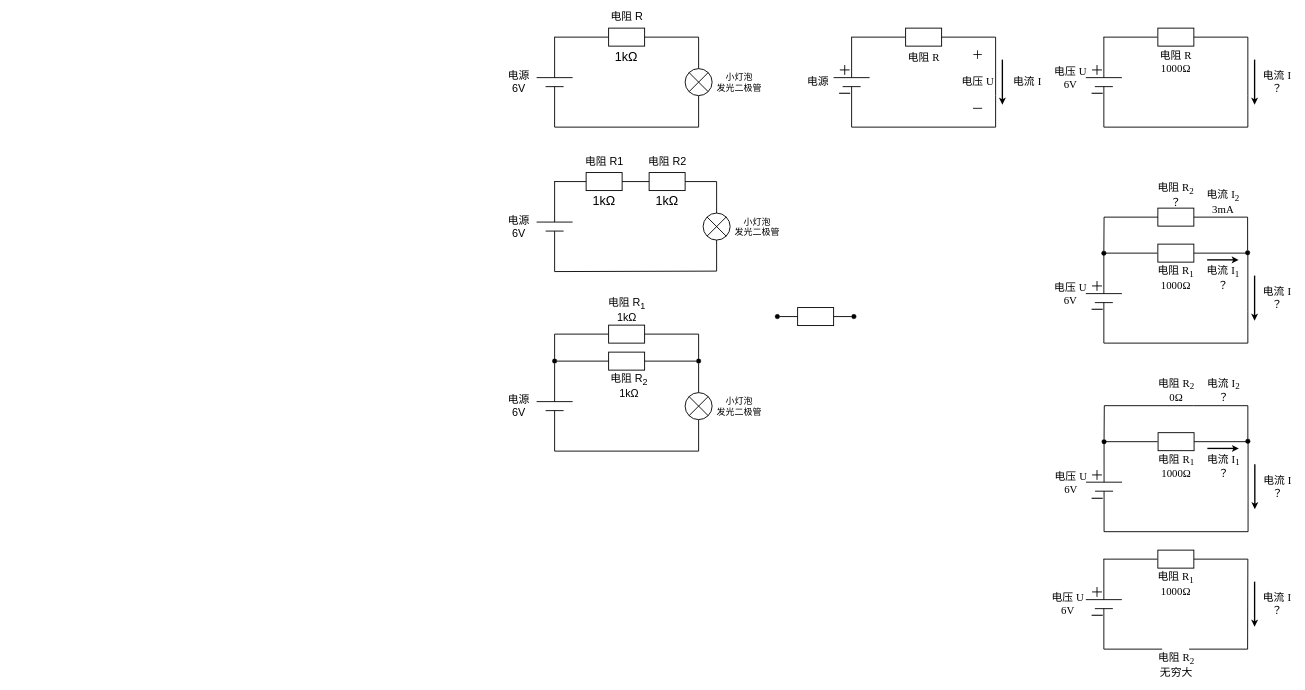
Before: light_led.drawio in RedNoseRedRose/XinChuang-Practice-Breadboard-0DiscreteComponents-00LightLed, a draw.io diagram. Source tidied: cells renumbered, new cells numbered last; positions are measured from the earlier drawing's top-left corner, leaving out a move shared by most shapes. Both pictures are drawn from the tidied source at 45%, with x=0, y=0 at pixel (503, 8).
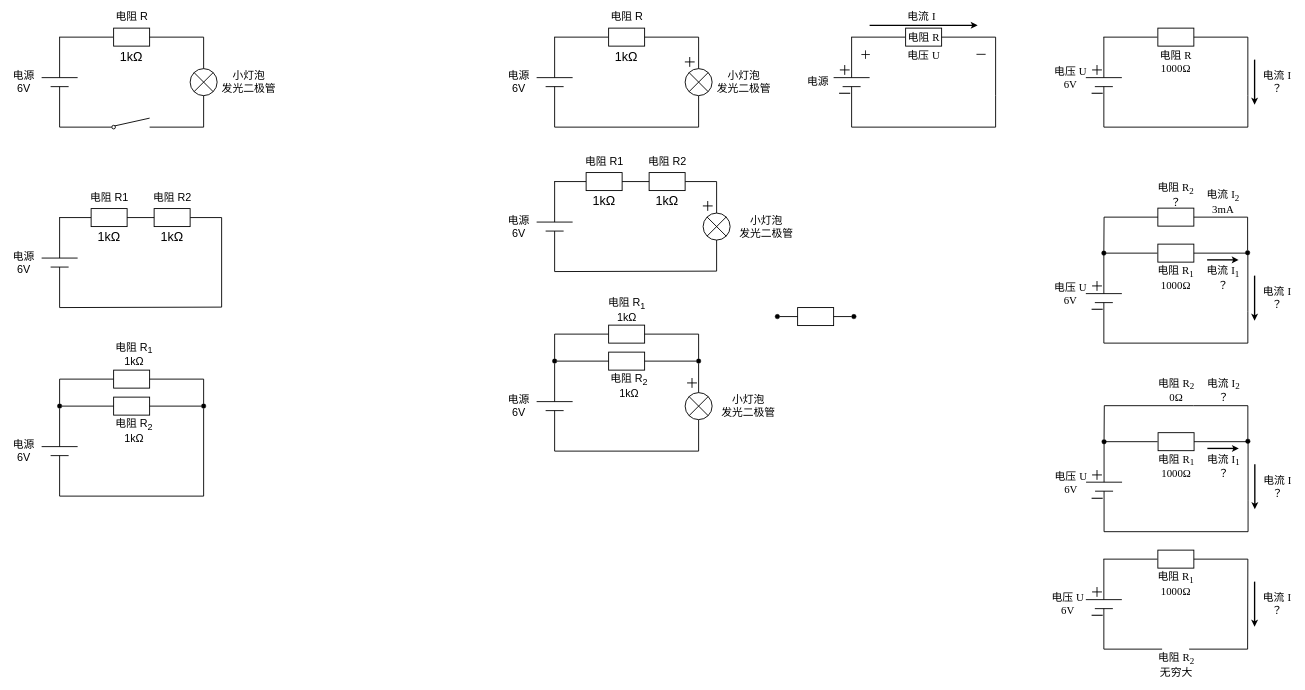
The same diagram, later.

Unchanged cells that the change refers to:
```xml
<mxCell id="16" style="verticalLabelPosition=bottom;verticalAlign=top;html=1;shape=mxgraph.flowchart.or;strokeWidth=2;" parent="1" vertex="1">
  <mxGeometry x="445" y="456" width="60" height="60" as="geometry" />
</mxCell>
<mxCell id="26" style="rounded=0;whiteSpace=wrap;html=1;strokeWidth=2;" parent="1" vertex="1">
  <mxGeometry x="325" y="366" width="80" height="40" as="geometry" />
</mxCell>
```

Diff of the diagram source:
```diff
@@
-    <mxCell id="12" value="&lt;font style=&quot;font-size: 20px;&quot;&gt;小灯泡&lt;br&gt;发光二极管&lt;/font&gt;" style="text;html=1;align=center;verticalAlign=middle;strokeColor=none;fillColor=none;" parent="1" vertex="1">
-      <mxGeometry x="465" y="135" width="120" height="60" as="geometry" />
+    <mxCell id="12" value="&lt;font style=&quot;font-size: 24px;&quot;&gt;小灯泡&lt;br&gt;发光二极管&lt;/font&gt;" style="text;html=1;align=center;verticalAlign=middle;strokeColor=none;fillColor=none;" parent="1" vertex="1">
+      <mxGeometry x="465" y="130" width="140" height="70" as="geometry" />
     </mxCell>
@@
-    <mxCell id="21" style="endArrow=none;html=1;rounded=0;entryX=0.5;entryY=0;entryDx=0;entryDy=0;entryPerimeter=0;strokeWidth=2;exitX=1;exitY=0.5;exitDx=0;exitDy=0;" parent="1" edge="1" target="16">
+    <mxCell id="21" style="endArrow=none;html=1;rounded=0;entryX=0.5;entryY=0;entryDx=0;entryDy=0;entryPerimeter=0;strokeWidth=2;exitX=1;exitY=0.5;exitDx=0;exitDy=0;" parent="1" edge="1" source="26" target="16">
       <mxGeometry relative="1" as="geometry">
-        <mxPoint x="355" y="386" as="sourcePoint" />
         <Array as="points">
           <mxPoint x="475" y="386" />
         </Array>
       </mxGeometry>
     </mxCell>
@@
-    <mxCell id="24" value="&lt;font style=&quot;font-size: 20px;&quot;&gt;小灯泡&lt;br&gt;发光二极管&lt;/font&gt;" style="text;html=1;align=center;verticalAlign=middle;strokeColor=none;fillColor=none;" parent="1" vertex="1">
-      <mxGeometry x="505" y="456" width="120" height="60" as="geometry" />
+    <mxCell id="24" value="&lt;font style=&quot;font-size: 24px;&quot;&gt;小灯泡&lt;br&gt;发光二极管&lt;/font&gt;" style="text;html=1;align=center;verticalAlign=middle;strokeColor=none;fillColor=none;" parent="1" vertex="1">
+      <mxGeometry x="515" y="451" width="140" height="70" as="geometry" />
     </mxCell>
@@
-    <mxCell id="37" value="&lt;font style=&quot;font-size: 20px;&quot;&gt;小灯泡&lt;br&gt;发光二极管&lt;/font&gt;" style="text;html=1;align=center;verticalAlign=middle;strokeColor=none;fillColor=none;" parent="1" vertex="1">
-      <mxGeometry x="465" y="855" width="120" height="60" as="geometry" />
+    <mxCell id="37" value="&lt;font style=&quot;font-size: 24px;&quot;&gt;小灯泡&lt;br&gt;发光二极管&lt;/font&gt;" style="text;html=1;align=center;verticalAlign=middle;strokeColor=none;fillColor=none;" parent="1" vertex="1">
+      <mxGeometry x="475" y="850" width="140" height="70" as="geometry" />
     </mxCell>
@@
-    <mxCell id="60" value="&lt;div&gt;&lt;font style=&quot;font-size: 26px;&quot;&gt;＋&lt;/font&gt;&lt;/div&gt;&lt;div&gt;&lt;span style=&quot;font-size: 24px;&quot;&gt;&lt;br&gt;&lt;/span&gt;&lt;/div&gt;&lt;font style=&quot;font-size: 24px;&quot;&gt;电压&amp;nbsp;&lt;font face=&quot;Times New Roman&quot;&gt;U&lt;/font&gt;&lt;/font&gt;&lt;div&gt;&lt;font face=&quot;Times New Roman&quot;&gt;&lt;span style=&quot;font-size: 24px;&quot;&gt;&lt;br&gt;&lt;/span&gt;&lt;/font&gt;&lt;div&gt;&lt;font style=&quot;font-size: 28px;&quot;&gt;－&lt;/font&gt;&lt;/div&gt;&lt;/div&gt;" style="text;html=1;align=center;verticalAlign=middle;strokeColor=none;fillColor=none;" parent="1" vertex="1">
-      <mxGeometry x="1005" y="85" width="100" height="160" as="geometry" />
+    <mxCell id="60" value="&lt;div&gt;&lt;font style=&quot;font-size: 26px;&quot;&gt;＋&amp;nbsp; &amp;nbsp; &amp;nbsp; &amp;nbsp; &amp;nbsp; &amp;nbsp;&lt;/font&gt;&lt;span style=&quot;font-size: 24px; background-color: transparent; color: light-dark(rgb(0, 0, 0), rgb(255, 255, 255));&quot;&gt;电压&amp;nbsp;&lt;/span&gt;&lt;font style=&quot;font-size: 24px; background-color: transparent; color: light-dark(rgb(0, 0, 0), rgb(255, 255, 255));&quot; face=&quot;Times New Roman&quot;&gt;U&amp;nbsp; &amp;nbsp; &amp;nbsp; &amp;nbsp; &amp;nbsp; &amp;nbsp; &amp;nbsp;&lt;/font&gt;&lt;span style=&quot;font-size: 28px; background-color: transparent; color: light-dark(rgb(0, 0, 0), rgb(255, 255, 255));&quot;&gt;－&lt;/span&gt;&lt;/div&gt;" style="text;html=1;align=center;verticalAlign=middle;strokeColor=none;fillColor=none;" parent="1" vertex="1">
+      <mxGeometry x="780" y="80" width="310" height="50" as="geometry" />
     </mxCell>
     <mxCell id="61" value="&lt;font style=&quot;font-size: 24px;&quot;&gt;电阻 &lt;font face=&quot;Times New Roman&quot;&gt;R&lt;/font&gt;&lt;/font&gt;" style="text;html=1;align=center;verticalAlign=middle;strokeColor=none;fillColor=none;" parent="1" vertex="1">
-      <mxGeometry x="890" y="90" width="90" height="40" as="geometry" />
+      <mxGeometry x="890" y="45" width="90" height="40" as="geometry" />
     </mxCell>
     <mxCell id="62" style="endArrow=classic;html=1;rounded=0;strokeWidth=3;" parent="1" edge="1">
       <mxGeometry relative="1" as="geometry">
-        <mxPoint x="1110" y="115" as="sourcePoint" />
-        <mxPoint x="1110" y="215" as="targetPoint" />
+        <mxPoint x="815" y="38.8" as="sourcePoint" />
+        <mxPoint x="1055" y="38.8" as="targetPoint" />
       </mxGeometry>
     </mxCell>
     <mxCell id="63" value="&lt;font style=&quot;font-size: 24px;&quot;&gt;电流 &lt;font face=&quot;Times New Roman&quot;&gt;I&lt;/font&gt;&lt;/font&gt;" style="text;html=1;align=center;verticalAlign=middle;strokeColor=none;fillColor=none;" parent="1" vertex="1">
-      <mxGeometry x="1120" y="145" width="90" height="40" as="geometry" />
+      <mxGeometry x="885" width="90" height="40" as="geometry" />
     </mxCell>
@@
+    <mxCell id="137" style="endArrow=none;html=1;rounded=0;entryX=0;entryY=0.5;entryDx=0;entryDy=0;strokeWidth=2;" parent="1" edge="1">
+      <mxGeometry relative="1" as="geometry">
+        <mxPoint x="-986" y="65" as="sourcePoint" />
+        <mxPoint x="-866" y="65" as="targetPoint" />
+      </mxGeometry>
+    </mxCell>
+    <mxCell id="138" style="verticalLabelPosition=bottom;verticalAlign=top;html=1;shape=mxgraph.flowchart.or;strokeWidth=2;" parent="1" vertex="1">
+      <mxGeometry x="-695" y="135" width="60" height="60" as="geometry" />
+    </mxCell>
+    <mxCell id="139" style="endArrow=none;html=1;rounded=0;strokeWidth=2;" parent="1" edge="1">
+      <mxGeometry relative="1" as="geometry">
+        <mxPoint x="-1025" y="155" as="sourcePoint" />
+        <mxPoint x="-945" y="155" as="targetPoint" />
+      </mxGeometry>
+    </mxCell>
+    <mxCell id="140" style="endArrow=none;html=1;rounded=0;strokeWidth=2;" parent="1" edge="1">
+      <mxGeometry relative="1" as="geometry">
+        <mxPoint x="-1005" y="175" as="sourcePoint" />
+        <mxPoint x="-965" y="175" as="targetPoint" />
+      </mxGeometry>
+    </mxCell>
+    <mxCell id="141" style="endArrow=none;html=1;rounded=0;strokeWidth=2;" parent="1" edge="1">
+      <mxGeometry relative="1" as="geometry">
+        <mxPoint x="-985" y="155" as="sourcePoint" />
+        <mxPoint x="-985" y="65" as="targetPoint" />
+      </mxGeometry>
+    </mxCell>
+    <mxCell id="142" style="rounded=0;whiteSpace=wrap;html=1;strokeWidth=2;" parent="1" vertex="1">
+      <mxGeometry x="-865" y="45" width="80" height="40" as="geometry" />
+    </mxCell>
+    <mxCell id="143" style="endArrow=none;html=1;rounded=0;exitX=1;exitY=0.5;exitDx=0;exitDy=0;entryX=0.5;entryY=0;entryDx=0;entryDy=0;entryPerimeter=0;strokeWidth=2;" parent="1" edge="1" source="142" target="138">
+      <mxGeometry relative="1" as="geometry">
+        <Array as="points">
+          <mxPoint x="-665" y="65" />
+        </Array>
+      </mxGeometry>
+    </mxCell>
+    <mxCell id="144" value="&lt;font style=&quot;font-size: 24px;&quot;&gt;电源&lt;br&gt;6V&lt;/font&gt;" style="text;html=1;align=center;verticalAlign=middle;strokeColor=none;fillColor=none;" parent="1" vertex="1">
+      <mxGeometry x="-1100" y="130" width="70" height="70" as="geometry" />
+    </mxCell>
+    <mxCell id="145" value="&lt;font style=&quot;font-size: 24px;&quot;&gt;电阻 R&lt;/font&gt;" style="text;html=1;align=center;verticalAlign=middle;strokeColor=none;fillColor=none;" parent="1" vertex="1">
+      <mxGeometry x="-875" width="100" height="40" as="geometry" />
+    </mxCell>
+    <mxCell id="146" value="&lt;font style=&quot;&quot;&gt;&lt;font style=&quot;font-size: 24px;&quot;&gt;小灯泡&lt;br&gt;&lt;span style=&quot;background-color: transparent; color: light-dark(rgb(0, 0, 0), rgb(255, 255, 255));&quot;&gt;发光二极管&lt;/span&gt;&lt;/font&gt;&lt;/font&gt;" style="text;html=1;align=center;verticalAlign=middle;strokeColor=none;fillColor=none;" parent="1" vertex="1">
+      <mxGeometry x="-635" y="130" width="140" height="70" as="geometry" />
+    </mxCell>
+    <mxCell id="147" value="&lt;span style=&quot;color: rgb(0, 0, 0); font-family: Helvetica; font-style: normal; font-variant-ligatures: normal; font-variant-caps: normal; font-weight: 400; letter-spacing: normal; orphans: 2; text-align: center; text-indent: 0px; text-transform: none; widows: 2; word-spacing: 0px; -webkit-text-stroke-width: 0px; white-space: nowrap; background-color: rgb(251, 251, 251); text-decoration-thickness: initial; text-decoration-style: initial; text-decoration-color: initial; float: none; display: inline !important;&quot;&gt;&lt;font style=&quot;font-size: 28px;&quot;&gt;1kΩ&lt;/font&gt;&lt;/span&gt;" style="text;whiteSpace=wrap;html=1;" parent="1" vertex="1">
+      <mxGeometry x="-853" y="85" width="50" height="50" as="geometry" />
+    </mxCell>
+    <mxCell id="148" style="endArrow=none;html=1;rounded=0;strokeWidth=2;entryX=0;entryY=0.5;entryDx=0;entryDy=0;" parent="1" edge="1" target="150">
+      <mxGeometry relative="1" as="geometry">
+        <mxPoint x="-985" y="175" as="sourcePoint" />
+        <Array as="points">
+          <mxPoint x="-985" y="265" />
+        </Array>
+      </mxGeometry>
+    </mxCell>
+    <mxCell id="149" style="endArrow=none;html=1;rounded=0;strokeWidth=2;entryX=1;entryY=0;entryDx=0;entryDy=0;" parent="1" edge="1" target="150">
+      <mxGeometry relative="1" as="geometry">
+        <mxPoint x="-785" y="245" as="sourcePoint" />
+      </mxGeometry>
+    </mxCell>
+    <mxCell id="150" style="ellipse;whiteSpace=wrap;html=1;strokeWidth=2;" parent="1" vertex="1">
+      <mxGeometry x="-869" y="261" width="8" height="8" as="geometry" />
+    </mxCell>
+    <mxCell id="151" style="endArrow=none;html=1;rounded=0;strokeWidth=2;exitX=0.5;exitY=1;exitDx=0;exitDy=0;exitPerimeter=0;" parent="1" edge="1" source="138">
+      <mxGeometry relative="1" as="geometry">
+        <mxPoint x="-785" y="265" as="targetPoint" />
+        <Array as="points">
+          <mxPoint x="-665" y="265" />
+        </Array>
+      </mxGeometry>
+    </mxCell>
+    <mxCell id="152" style="endArrow=none;html=1;rounded=0;entryX=0;entryY=0.5;entryDx=0;entryDy=0;strokeWidth=2;" parent="1" edge="1" target="157">
+      <mxGeometry relative="1" as="geometry">
+        <mxPoint x="-986" y="466" as="sourcePoint" />
+      </mxGeometry>
+    </mxCell>
+    <mxCell id="153" style="endArrow=none;html=1;rounded=0;entryX=1;entryY=0.5;entryDx=0;entryDy=0;strokeWidth=2;" parent="1" edge="1" target="161">
+      <mxGeometry relative="1" as="geometry">
+        <mxPoint x="-985" y="576" as="sourcePoint" />
+        <Array as="points">
+          <mxPoint x="-985" y="666" />
+          <mxPoint x="-625" y="665" />
+          <mxPoint x="-625" y="466" />
+        </Array>
+      </mxGeometry>
+    </mxCell>
+    <mxCell id="154" style="endArrow=none;html=1;rounded=0;strokeWidth=2;" parent="1" edge="1">
+      <mxGeometry relative="1" as="geometry">
+        <mxPoint x="-1025" y="556" as="sourcePoint" />
+        <mxPoint x="-945" y="556" as="targetPoint" />
+      </mxGeometry>
+    </mxCell>
+    <mxCell id="155" style="endArrow=none;html=1;rounded=0;strokeWidth=2;" parent="1" edge="1">
+      <mxGeometry relative="1" as="geometry">
+        <mxPoint x="-1005" y="576" as="sourcePoint" />
+        <mxPoint x="-965" y="576" as="targetPoint" />
+      </mxGeometry>
+    </mxCell>
+    <mxCell id="156" style="endArrow=none;html=1;rounded=0;strokeWidth=2;" parent="1" edge="1">
+      <mxGeometry relative="1" as="geometry">
+        <mxPoint x="-985" y="556" as="sourcePoint" />
+        <mxPoint x="-985" y="466" as="targetPoint" />
+      </mxGeometry>
+    </mxCell>
+    <mxCell id="157" style="rounded=0;whiteSpace=wrap;html=1;strokeWidth=2;" parent="1" vertex="1">
+      <mxGeometry x="-915" y="446" width="80" height="40" as="geometry" />
+    </mxCell>
+    <mxCell id="158" value="&lt;font style=&quot;font-size: 24px;&quot;&gt;电源&lt;br&gt;6V&lt;/font&gt;" style="text;html=1;align=center;verticalAlign=middle;strokeColor=none;fillColor=none;" parent="1" vertex="1">
+      <mxGeometry x="-1100" y="531" width="70" height="70" as="geometry" />
+    </mxCell>
+    <mxCell id="159" value="&lt;font style=&quot;font-size: 24px;&quot;&gt;电阻 R1&lt;/font&gt;" style="text;html=1;align=center;verticalAlign=middle;strokeColor=none;fillColor=none;" parent="1" vertex="1">
+      <mxGeometry x="-930" y="401" width="110" height="40" as="geometry" />
+    </mxCell>
+    <mxCell id="160" value="&lt;span style=&quot;color: rgb(0, 0, 0); font-family: Helvetica; font-style: normal; font-variant-ligatures: normal; font-variant-caps: normal; font-weight: 400; letter-spacing: normal; orphans: 2; text-indent: 0px; text-transform: none; widows: 2; word-spacing: 0px; -webkit-text-stroke-width: 0px; white-space: nowrap; background-color: rgb(251, 251, 251); text-decoration-thickness: initial; text-decoration-style: initial; text-decoration-color: initial; float: none; display: inline !important;&quot;&gt;&lt;font style=&quot;font-size: 28px;&quot;&gt;1kΩ&lt;/font&gt;&lt;/span&gt;" style="text;whiteSpace=wrap;html=1;align=center;" parent="1" vertex="1">
+      <mxGeometry x="-909" y="486" width="68" height="50" as="geometry" />
+    </mxCell>
+    <mxCell id="161" style="rounded=0;whiteSpace=wrap;html=1;strokeWidth=2;" parent="1" vertex="1">
+      <mxGeometry x="-775" y="446" width="80" height="40" as="geometry" />
+    </mxCell>
+    <mxCell id="162" value="&lt;font style=&quot;font-size: 24px;&quot;&gt;电阻 R2&lt;/font&gt;" style="text;html=1;align=center;verticalAlign=middle;strokeColor=none;fillColor=none;" parent="1" vertex="1">
+      <mxGeometry x="-790" y="401" width="110" height="40" as="geometry" />
+    </mxCell>
+    <mxCell id="163" style="endArrow=none;html=1;rounded=0;entryX=0;entryY=0.5;entryDx=0;entryDy=0;strokeWidth=2;exitX=1;exitY=0.5;exitDx=0;exitDy=0;" parent="1" edge="1" source="157" target="161">
+      <mxGeometry relative="1" as="geometry" />
+    </mxCell>
+    <mxCell id="164" value="&lt;span style=&quot;color: rgb(0, 0, 0); font-family: Helvetica; font-style: normal; font-variant-ligatures: normal; font-variant-caps: normal; font-weight: 400; letter-spacing: normal; orphans: 2; text-indent: 0px; text-transform: none; widows: 2; word-spacing: 0px; -webkit-text-stroke-width: 0px; white-space: nowrap; background-color: rgb(251, 251, 251); text-decoration-thickness: initial; text-decoration-style: initial; text-decoration-color: initial; float: none; display: inline !important;&quot;&gt;&lt;font style=&quot;font-size: 28px;&quot;&gt;1kΩ&lt;/font&gt;&lt;/span&gt;" style="text;whiteSpace=wrap;html=1;align=center;" parent="1" vertex="1">
+      <mxGeometry x="-769" y="486" width="68" height="50" as="geometry" />
+    </mxCell>
+    <mxCell id="165" style="endArrow=none;html=1;rounded=0;entryX=0.5;entryY=1;entryDx=0;entryDy=0;strokeWidth=2;" parent="1" edge="1" target="178">
+      <mxGeometry relative="1" as="geometry">
+        <mxPoint x="-985" y="995" as="sourcePoint" />
+        <Array as="points">
+          <mxPoint x="-985" y="1085" />
+          <mxPoint x="-665" y="1085" />
+        </Array>
+      </mxGeometry>
+    </mxCell>
+    <mxCell id="166" style="endArrow=none;html=1;rounded=0;strokeWidth=2;" parent="1" edge="1">
+      <mxGeometry relative="1" as="geometry">
+        <mxPoint x="-1025" y="975" as="sourcePoint" />
+        <mxPoint x="-945" y="975" as="targetPoint" />
+      </mxGeometry>
+    </mxCell>
+    <mxCell id="167" style="endArrow=none;html=1;rounded=0;strokeWidth=2;" parent="1" edge="1">
+      <mxGeometry relative="1" as="geometry">
+        <mxPoint x="-1005" y="995" as="sourcePoint" />
+        <mxPoint x="-965" y="995" as="targetPoint" />
+      </mxGeometry>
+    </mxCell>
+    <mxCell id="168" style="endArrow=none;html=1;rounded=0;strokeWidth=2;exitX=0.5;exitY=0;exitDx=0;exitDy=0;entryX=0;entryY=0.5;entryDx=0;entryDy=0;" parent="1" edge="1" source="173" target="169">
+      <mxGeometry relative="1" as="geometry">
+        <Array as="points">
+          <mxPoint x="-985" y="825" />
+        </Array>
+      </mxGeometry>
+    </mxCell>
+    <mxCell id="169" style="rounded=0;whiteSpace=wrap;html=1;strokeWidth=2;" parent="1" vertex="1">
+      <mxGeometry x="-865" y="805" width="80" height="40" as="geometry" />
+    </mxCell>
+    <mxCell id="170" value="&lt;font style=&quot;font-size: 24px;&quot;&gt;电源&lt;br&gt;6V&lt;/font&gt;" style="text;html=1;align=center;verticalAlign=middle;strokeColor=none;fillColor=none;" parent="1" vertex="1">
+      <mxGeometry x="-1100" y="950" width="70" height="70" as="geometry" />
+    </mxCell>
+    <mxCell id="171" style="rounded=0;whiteSpace=wrap;html=1;strokeWidth=2;" parent="1" vertex="1">
+      <mxGeometry x="-865" y="865" width="80" height="40" as="geometry" />
+    </mxCell>
+    <mxCell id="172" value="&lt;font style=&quot;font-size: 24px;&quot;&gt;电阻 R&lt;sub&gt;2&lt;/sub&gt;&lt;br&gt;1kΩ&lt;/font&gt;" style="text;html=1;align=center;verticalAlign=middle;strokeColor=none;fillColor=none;" parent="1" vertex="1">
+      <mxGeometry x="-875" y="900" width="110" height="80" as="geometry" />
+    </mxCell>
+    <mxCell id="173" style="ellipse;whiteSpace=wrap;html=1;fillColor=#000000;" parent="1" vertex="1">
+      <mxGeometry x="-990" y="880" width="10" height="10" as="geometry" />
+    </mxCell>
+    <mxCell id="174" style="endArrow=none;html=1;rounded=0;strokeWidth=2;entryX=0;entryY=0.5;entryDx=0;entryDy=0;exitX=1;exitY=0.5;exitDx=0;exitDy=0;" parent="1" edge="1" source="173" target="171">
+      <mxGeometry relative="1" as="geometry" />
+    </mxCell>
+    <mxCell id="175" style="endArrow=none;html=1;rounded=0;strokeWidth=2;exitX=0.5;exitY=1;exitDx=0;exitDy=0;" parent="1" edge="1" source="173">
+      <mxGeometry relative="1" as="geometry">
+        <mxPoint x="-985" y="975" as="targetPoint" />
+      </mxGeometry>
+    </mxCell>
+    <mxCell id="176" style="endArrow=none;html=1;rounded=0;strokeWidth=2;exitX=1;exitY=0.5;exitDx=0;exitDy=0;entryX=0;entryY=0.5;entryDx=0;entryDy=0;" parent="1" edge="1" source="171" target="178">
+      <mxGeometry relative="1" as="geometry" />
+    </mxCell>
+    <mxCell id="177" style="endArrow=none;html=1;rounded=0;exitX=1;exitY=0.5;exitDx=0;exitDy=0;strokeWidth=2;entryX=0.5;entryY=0;entryDx=0;entryDy=0;" parent="1" edge="1" source="169" target="178">
+      <mxGeometry relative="1" as="geometry">
+        <Array as="points">
+          <mxPoint x="-665" y="825" />
+        </Array>
+      </mxGeometry>
+    </mxCell>
+    <mxCell id="178" style="ellipse;whiteSpace=wrap;html=1;fillColor=#000000;" parent="1" vertex="1">
+      <mxGeometry x="-670" y="880" width="10" height="10" as="geometry" />
+    </mxCell>
+    <mxCell id="179" value="&lt;font style=&quot;font-size: 24px;&quot;&gt;电阻 R&lt;sub&gt;1&lt;/sub&gt;&lt;br&gt;1kΩ&lt;/font&gt;" style="text;html=1;align=center;verticalAlign=middle;strokeColor=none;fillColor=none;" parent="1" vertex="1">
+      <mxGeometry x="-875" y="730" width="110" height="80" as="geometry" />
+    </mxCell>
+    <mxCell id="180" value="&lt;font style=&quot;font-size: 30px;&quot;&gt;＋&lt;/font&gt;" style="text;html=1;align=center;verticalAlign=middle;strokeColor=none;fillColor=none;" parent="1" vertex="1">
+      <mxGeometry x="390" y="95" width="50" height="50" as="geometry" />
+    </mxCell>
+    <mxCell id="181" value="&lt;font style=&quot;font-size: 30px;&quot;&gt;＋&lt;/font&gt;" style="text;html=1;align=center;verticalAlign=middle;strokeColor=none;fillColor=none;" parent="1" vertex="1">
+      <mxGeometry x="430" y="415" width="50" height="50" as="geometry" />
+    </mxCell>
+    <mxCell id="182" value="&lt;font style=&quot;font-size: 30px;&quot;&gt;＋&lt;/font&gt;" style="text;html=1;align=center;verticalAlign=middle;strokeColor=none;fillColor=none;" parent="1" vertex="1">
+      <mxGeometry x="395" y="810" width="50" height="50" as="geometry" />
+    </mxCell>
```
